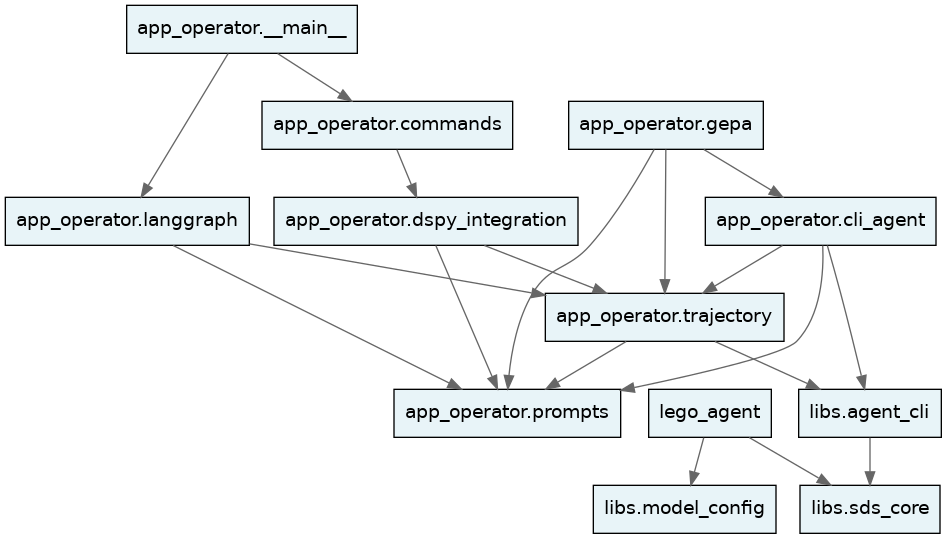
Earlier version of the Graphviz export docs/assets/tach_module_graph.png (uw-syfi/sdo). Its source is kept beside it as docs/assets/tach_module_graph.dot.
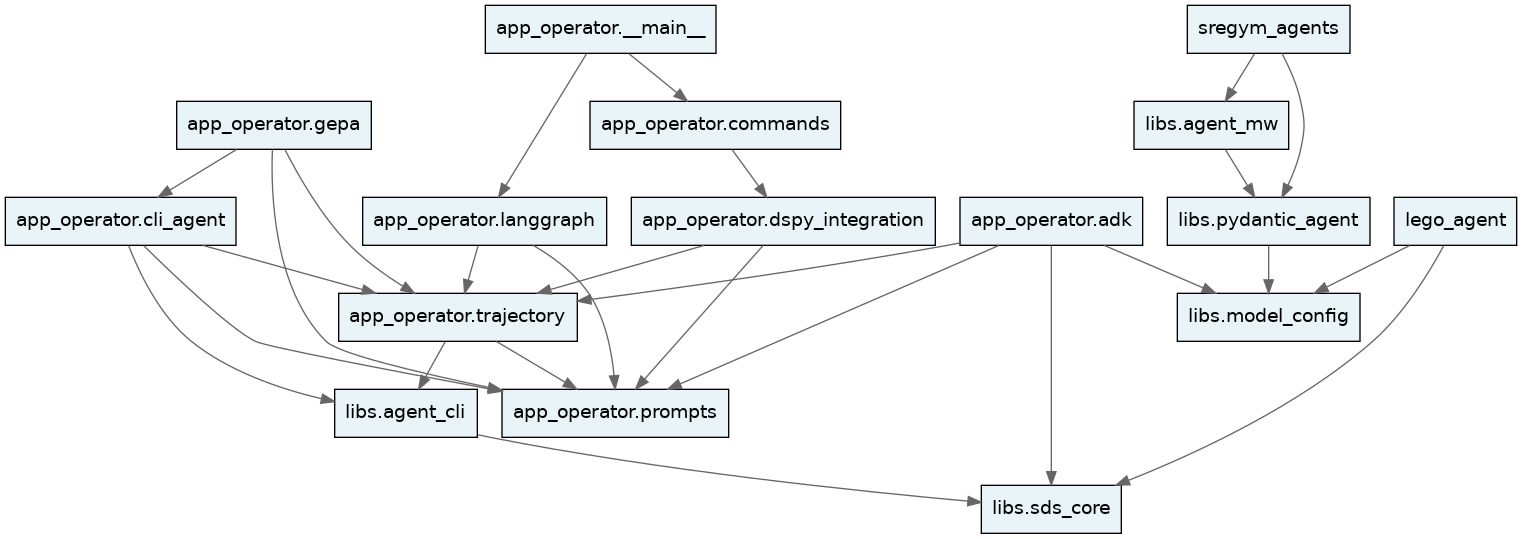
Later version of the same file.

What changed in the source:
```diff
@@ -3,6 +3,8 @@
     node [shape=box, style=filled, fillcolor="#e8f4f8", fontname="Helvetica"];
     edge [color="#666666"];
 
+    "libs.pydantic_agent" -> "libs.model_config";
+    "libs.agent_mw" -> "libs.pydantic_agent";
     "libs.agent_cli" -> "libs.sds_core";
     "app_operator.trajectory" -> "app_operator.prompts";
     "app_operator.trajectory" -> "libs.agent_cli";
@@ -21,4 +23,6 @@
     "app_operator.__main__" -> "app_operator.langgraph";
     "lego_agent" -> "libs.model_config";
     "lego_agent" -> "libs.sds_core";
+    "sregym_agents" -> "libs.pydantic_agent";
+    "sregym_agents" -> "libs.agent_mw";
 }
```
